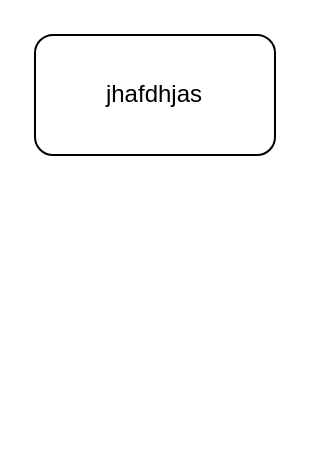
Before: a.drawio in liufangchen/Diagram, a draw.io diagram. Source tidied: cells renumbered, new cells numbered last; positions are measured from the earlier drawing's top-left corner, leaving out a move shared by most shapes. Both pictures are drawn from the tidied source at 200%, with x=0, y=0 at pixel (34, 34).
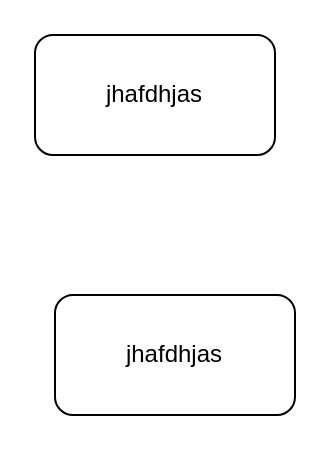
Above is the later version.

Diff of the diagram source:
```diff
@@
 <mxGraphModel>
   <root>
     <mxCell id="0" />
     <mxCell id="1" parent="0" />
     <mxCell id="2" value="jhafdhjas" style="rounded=1;whiteSpace=wrap;html=1;" parent="1" vertex="1">
       <mxGeometry width="120" height="60" as="geometry" />
     </mxCell>
+    <mxCell id="3" value="jhafdhjas" style="rounded=1;whiteSpace=wrap;html=1;" parent="1" vertex="1">
+      <mxGeometry x="10" y="130" width="120" height="60" as="geometry" />
+    </mxCell>
   </root>
 </mxGraphModel>
```
